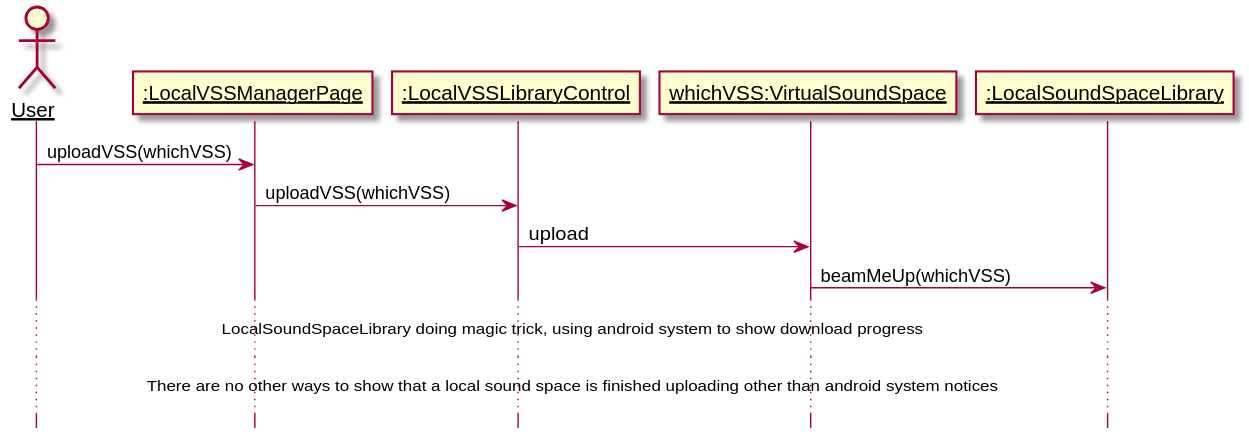
Earlier version of the PlantUML export 需求定义和分析/UploadVSS.svg (kpp19920121/doc).
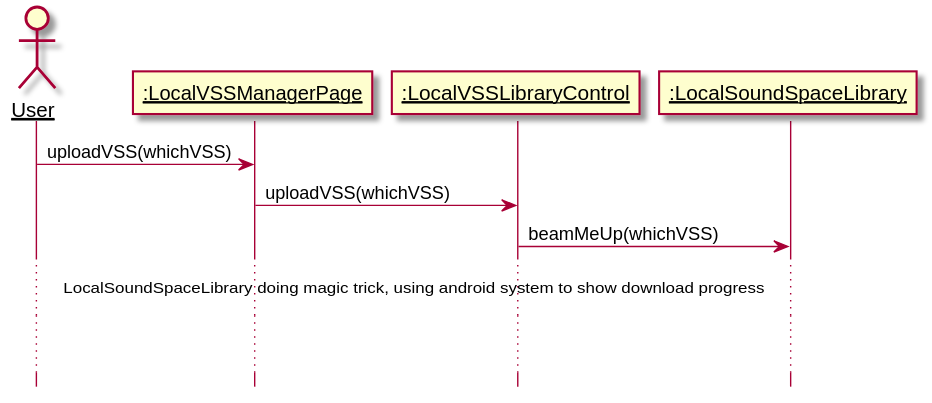
Above is the later version.

Change to the diagram source:
```diff
@@ -5,14 +5,11 @@
 actor User as user
 participant ":LocalVSSManagerPage" as page
 participant ":LocalVSSLibraryControl" as control
-participant "whichVSS:VirtualSoundSpace" as vss
 participant ":LocalSoundSpaceLibrary" as library
 
 user -> page: uploadVSS(whichVSS)
 page -> control: uploadVSS(whichVSS)
-
-control -> vss: upload
-vss -> library: beamMeUp(whichVSS)
+control -> library: beamMeUp(whichVSS)
 ...LocalSoundSpaceLibrary doing magic trick, using android system to show download progress...
 ...There are no other ways to show that a local sound space is finished uploading other than android system notices...
 @enduml
```
